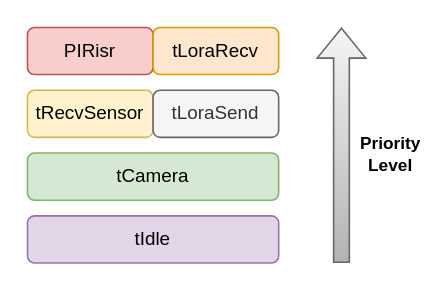
Before: page "ThreadsPriority" (2 of 7) of project/report/flowcharts/LStasks/LSThreads.drawio in ESRGgroup9/slipad, a draw.io diagram. Source tidied: cells renumbered, new cells numbered last; positions are measured from the earlier drawing's top-left corner, leaving out a move shared by most shapes. Both pictures are drawn from the tidied source at 157%, with x=0, y=0 at pixel (27, 27).
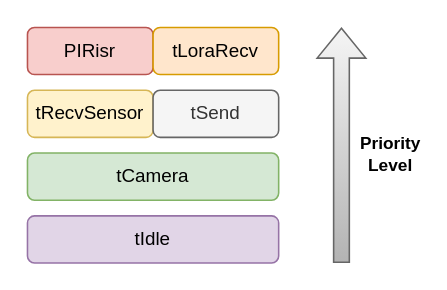
The same diagram, later.

What changed in the source:
```diff
@@
 <mxGraphModel>
   <root>
     <mxCell id="0" />
     <mxCell id="1" parent="0" />
     <mxCell id="2" value="PIRisr" style="rounded=1;whiteSpace=wrap;html=1;fillColor=#f8cecc;strokeColor=#b85450;" parent="1" vertex="1">
       <mxGeometry width="80" height="30" as="geometry" />
     </mxCell>
     <mxCell id="3" value="tLoraRecv" style="rounded=1;whiteSpace=wrap;html=1;fillColor=#ffe6cc;strokeColor=#d79b00;" parent="1" vertex="1">
       <mxGeometry x="80" width="80" height="30" as="geometry" />
     </mxCell>
     <mxCell id="4" value="tRecvSensor" style="rounded=1;whiteSpace=wrap;html=1;fillColor=#fff2cc;strokeColor=#d6b656;" parent="1" vertex="1">
       <mxGeometry y="40" width="80" height="30" as="geometry" />
     </mxCell>
     <mxCell id="5" value="tCamera" style="rounded=1;whiteSpace=wrap;html=1;fillColor=#d5e8d4;strokeColor=#82b366;" parent="1" vertex="1">
       <mxGeometry y="80" width="160" height="30" as="geometry" />
     </mxCell>
-    <mxCell id="6" value="tLoraSend" style="rounded=1;whiteSpace=wrap;html=1;fillColor=#f5f5f5;strokeColor=#666666;fontColor=#333333;" parent="1" vertex="1">
+    <mxCell id="6" value="tSend" style="rounded=1;whiteSpace=wrap;html=1;fillColor=#f5f5f5;strokeColor=#666666;fontColor=#333333;" parent="1" vertex="1">
       <mxGeometry x="80" y="40" width="80" height="30" as="geometry" />
     </mxCell>
     <mxCell id="7" value="tIdle" style="rounded=1;whiteSpace=wrap;html=1;fillColor=#e1d5e7;strokeColor=#9673a6;" parent="1" vertex="1">
       <mxGeometry y="120" width="160" height="30" as="geometry" />
     </mxCell>
     <mxCell id="8" style="shape=flexArrow;endArrow=classic;html=1;rounded=0;fillColor=#f5f5f5;gradientColor=#b3b3b3;strokeColor=#666666;" parent="1" edge="1">
       <mxGeometry relative="1" as="geometry">
         <mxPoint x="200" y="150" as="sourcePoint" />
         <mxPoint x="200" as="targetPoint" />
       </mxGeometry>
     </mxCell>
     <mxCell id="9" value="&lt;div&gt;Priority&lt;/div&gt;&lt;div&gt;Level&lt;/div&gt;" style="edgeLabel;html=1;align=center;verticalAlign=middle;labelBackgroundColor=default;fontStyle=1;" parent="8" vertex="1">
       <mxGeometry x="0.54" y="-2" relative="1" as="geometry">
         <mxPoint x="28" y="46" as="offset" />
       </mxGeometry>
     </mxCell>
   </root>
 </mxGraphModel>
```
